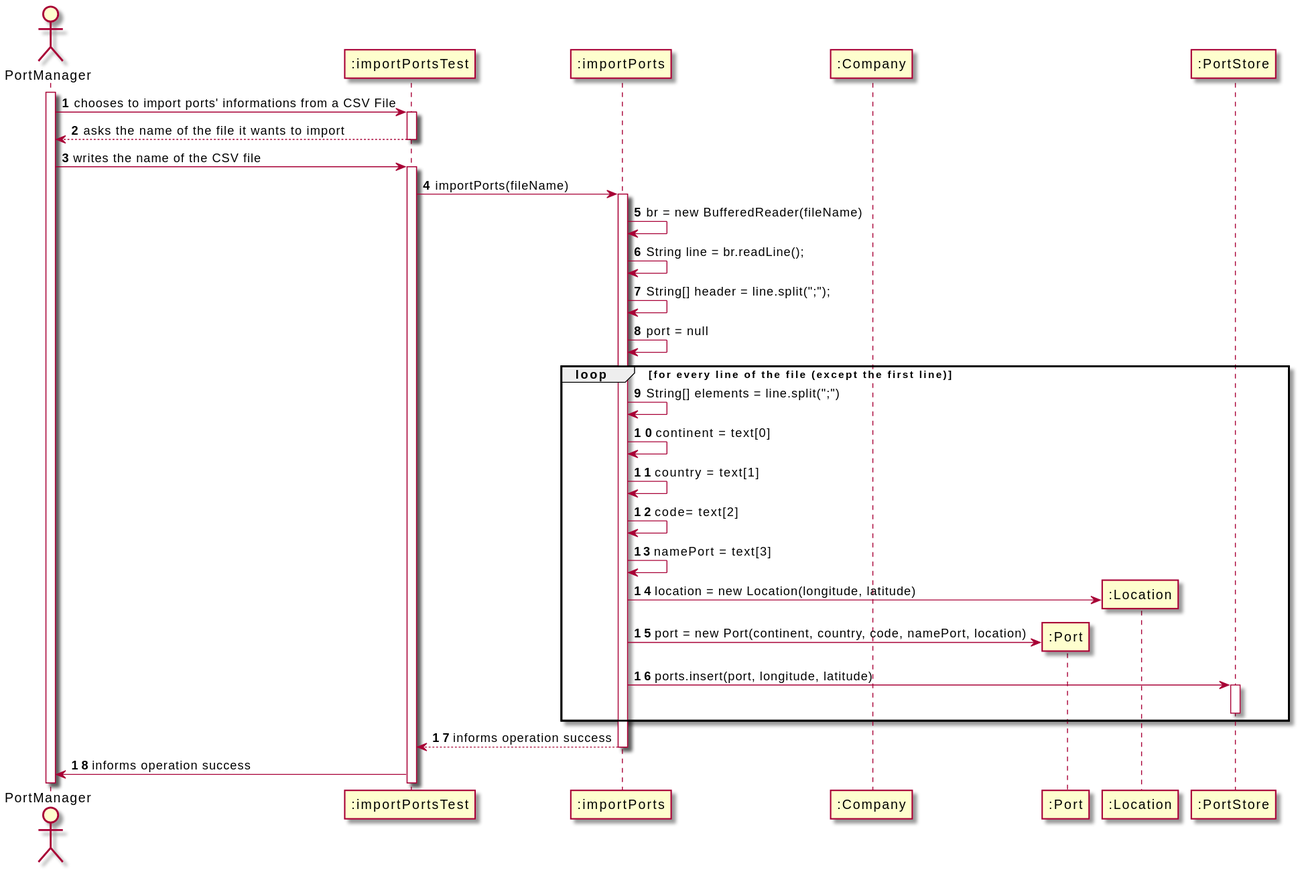
Above: docs/Sprint 2/US201/US201_SD.svg in RuiRioPina/CargoMaster (PlantUML), before the change. The source it was exported from:
```plantuml
@startuml
autonumber
actor "PortManager" as REC

participant  ":importPortsTest" as LabCoo
participant ":importPorts" as UI
participant ":Company" as CMP
participant ":Port" as PORT

participant ":Location" as location
participant ":PortStore" as portStore




activate REC
REC -> LabCoo : chooses to import ports' informations from a CSV File
activate LabCoo
LabCoo --> REC : asks the name of the file it wants to import
deactivate LabCoo
REC -> LabCoo : writes the name of the CSV file
activate LabCoo

LabCoo -> UI : importPorts(fileName)
activate UI



UI -> UI : br = new BufferedReader(fileName)
UI -> UI : String line = br.readLine();
UI -> UI : String[] header = line.split(";");




UI -> UI: port = null

loop for every line of the file (except the first line)

UI -> UI: String[] elements = line.split(";")
UI -> UI : continent = text[0]

UI -> UI : country = text[1]

UI -> UI : code= text[2]

UI -> UI : namePort = text[3]

UI -> location**: location = new Location(longitude, latitude)

UI -> PORT**: port = new Port(continent, country, code, namePort, location)


UI -> portStore: ports.insert(port, longitude, latitude)
activate portStore
deactivate portStore

end
deactivate portStore
UI --> LabCoo : informs operation success

deactivate UI
LabCoo -> REC : informs operation success
@enduml
```
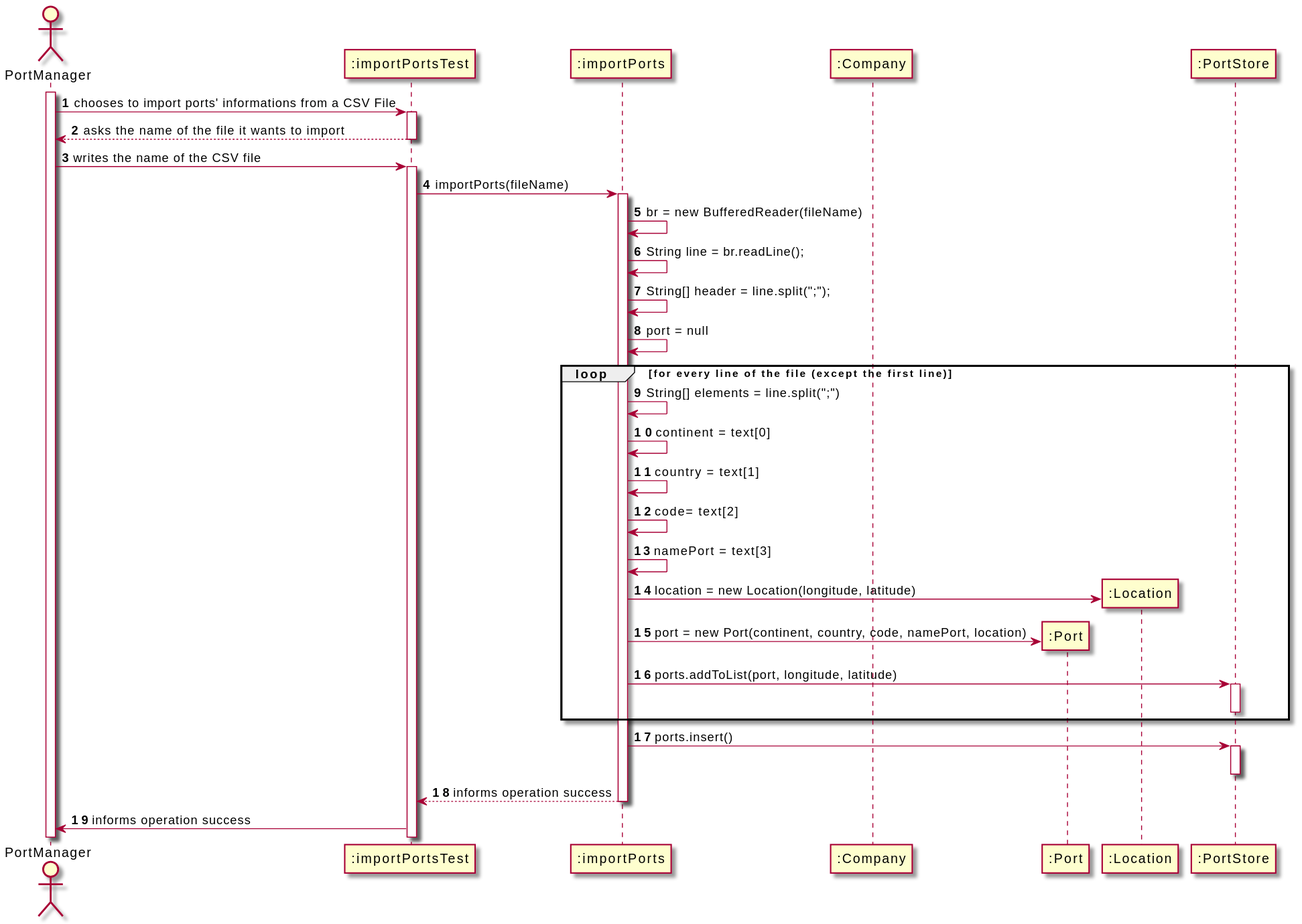
Above is the later version.

Diff of the diagram source:
```diff
@@ -51,12 +51,17 @@
 UI -> PORT**: port = new Port(continent, country, code, namePort, location)
 
 
-UI -> portStore: ports.insert(port, longitude, latitude)
+UI -> portStore: ports.addToList(port, longitude, latitude)
 activate portStore
 deactivate portStore
 
 end
 deactivate portStore
+
+UI -> portStore: ports.insert()
+activate portStore
+deactivate portStore
+
 UI --> LabCoo : informs operation success
 
 deactivate UI
```
